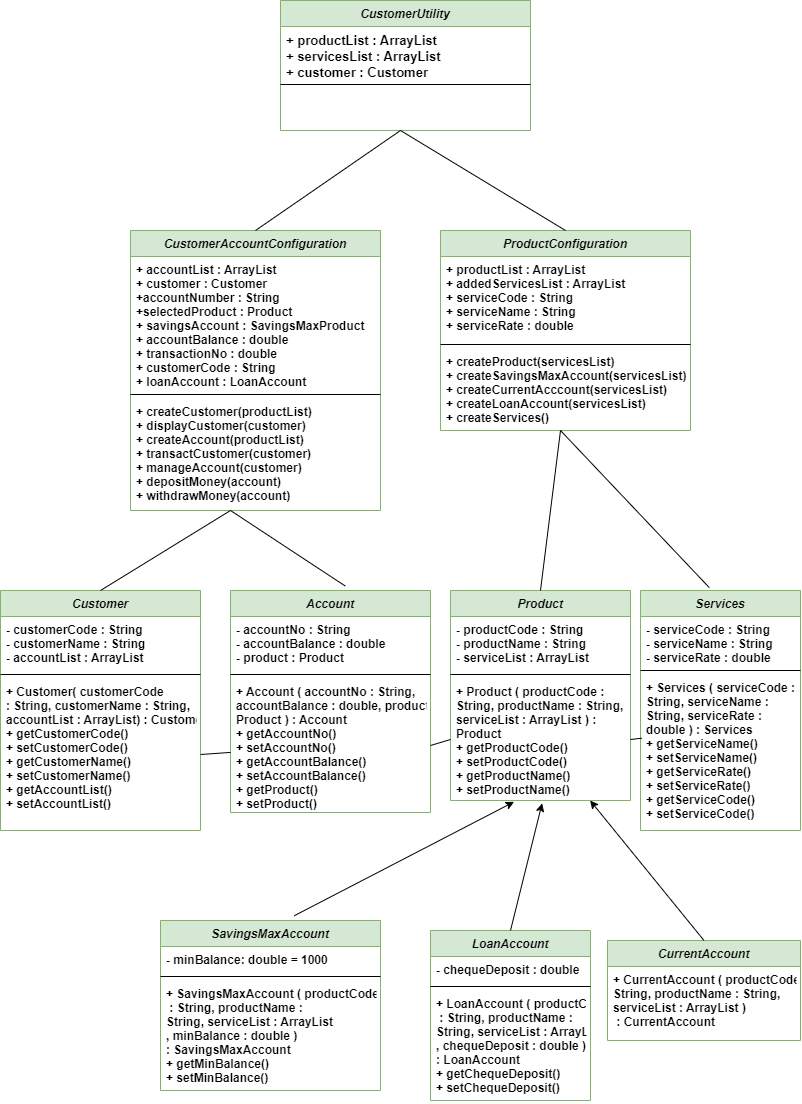
The draw.io diagram UseCase_ClassDiagram.png in AadarshR05/OOAD-UseCase, before a commit. Source tidied: cells renumbered, new cells last; positions are measured from the earlier drawing's top-left corner, leaving out a move shared by most shapes.
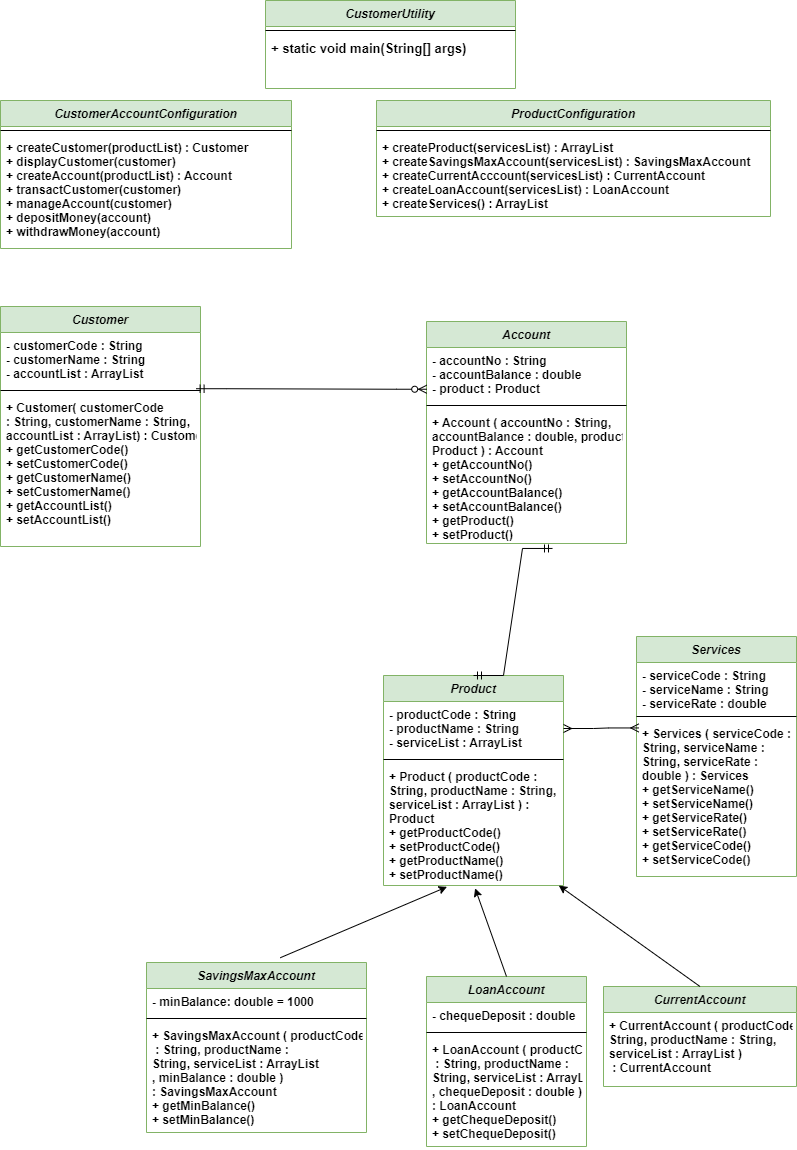
The same diagram one commit later.

What changed in the source:
```diff
@@ -3,7 +3,7 @@
     <mxCell id="0" />
     <mxCell id="1" parent="0" />
     <mxCell id="2" value="Account" style="swimlane;fontStyle=3;align=center;verticalAlign=top;horizontal=1;startSize=26;rounded=0;shadow=0;strokeWidth=1;fillColor=#d5e8d4;strokeColor=#82b366;" parent="1" vertex="1">
-      <mxGeometry x="230" y="590" width="200" height="222" as="geometry" />
+      <mxGeometry x="430" y="275" width="200" height="222" as="geometry" />
     </mxCell>
     <mxCell id="3" value="- accountNo : String&#10;- accountBalance : double&#10;- product : Product" style="text;align=left;verticalAlign=top;spacingLeft=4;spacingRight=4;overflow=hidden;points=[[0,0.5],[1,0.5]];portConstraint=eastwest;rounded=0;shadow=0;html=0;fontStyle=1;" parent="2" vertex="1">
       <mxGeometry y="26" width="200" height="54" as="geometry" />
@@ -33,7 +33,7 @@
       <mxGeometry y="60" width="160" height="110" as="geometry" />
     </mxCell>
     <mxCell id="12" value="SavingsMaxAccount" style="swimlane;fontStyle=3;align=center;verticalAlign=top;horizontal=1;startSize=26;rounded=0;shadow=0;strokeWidth=1;fillColor=#d5e8d4;strokeColor=#82b366;" parent="1" vertex="1">
-      <mxGeometry x="160" y="920" width="220" height="170" as="geometry" />
+      <mxGeometry x="150" y="916" width="220" height="170" as="geometry" />
     </mxCell>
     <mxCell id="13" value="- minBalance: double = 1000" style="text;align=left;verticalAlign=top;spacingLeft=4;spacingRight=4;overflow=hidden;rounded=0;shadow=0;html=0;fontStyle=1;" parent="12" vertex="1">
       <mxGeometry y="26" width="220" height="26" as="geometry" />
@@ -45,7 +45,7 @@
       <mxGeometry y="60" width="220" height="110" as="geometry" />
     </mxCell>
     <mxCell id="16" value="Product" style="swimlane;fontStyle=3;align=center;verticalAlign=top;horizontal=1;startSize=26;rounded=0;shadow=0;strokeWidth=1;fillColor=#d5e8d4;strokeColor=#82b366;" parent="1" vertex="1">
-      <mxGeometry x="450" y="590" width="180" height="210" as="geometry" />
+      <mxGeometry x="387" y="629" width="180" height="210" as="geometry" />
     </mxCell>
     <mxCell id="17" value="- productCode : String&#10;- productName : String&#10;- serviceList : ArrayList" style="text;align=left;verticalAlign=top;spacingLeft=4;spacingRight=4;overflow=hidden;points=[[0,0.5],[1,0.5]];portConstraint=eastwest;rounded=0;shadow=0;html=0;fontStyle=1;" parent="16" vertex="1">
       <mxGeometry y="26" width="180" height="54" as="geometry" />
@@ -69,7 +69,7 @@
       <mxGeometry y="84" width="160" height="152" as="geometry" />
     </mxCell>
     <mxCell id="24" value="Customer" style="swimlane;fontStyle=3;align=center;verticalAlign=top;horizontal=1;startSize=26;rounded=0;shadow=0;strokeWidth=1;fillColor=#d5e8d4;strokeColor=#82b366;" parent="1" vertex="1">
-      <mxGeometry y="590" width="200" height="240" as="geometry" />
+      <mxGeometry x="4" y="260" width="200" height="240" as="geometry" />
     </mxCell>
     <mxCell id="25" value="- customerCode : String&#10;- customerName : String&#10;- accountList : ArrayList" style="text;align=left;verticalAlign=top;spacingLeft=4;spacingRight=4;overflow=hidden;rounded=0;shadow=0;html=0;fontStyle=1;" parent="24" vertex="1">
       <mxGeometry y="26" width="200" height="54" as="geometry" />
@@ -81,38 +81,32 @@
       <mxGeometry y="88" width="200" height="152" as="geometry" />
     </mxCell>
     <mxCell id="28" value="CustomerAccountConfiguration" style="swimlane;fontStyle=3;align=center;verticalAlign=top;horizontal=1;startSize=26;rounded=0;shadow=0;strokeWidth=1;fillColor=#d5e8d4;strokeColor=#82b366;" parent="1" vertex="1">
-      <mxGeometry x="130" y="230" width="250" height="280" as="geometry" />
+      <mxGeometry x="4" y="54" width="291" height="148" as="geometry" />
     </mxCell>
-    <mxCell id="29" value="+ accountList : ArrayList&#10;+ customer : Customer&#10;+accountNumber : String&#10;+selectedProduct : Product&#10;+ savingsAccount : SavingsMaxProduct&#10;+ accountBalance : double&#10;+ transactionNo : double&#10;+ customerCode : String&#10;+ loanAccount : LoanAccount" style="text;align=left;verticalAlign=top;spacingLeft=4;spacingRight=4;overflow=hidden;rounded=0;shadow=0;html=0;fontStyle=1;" parent="28" vertex="1">
-      <mxGeometry y="26" width="250" height="134" as="geometry" />
-    </mxCell>
     <mxCell id="30" style="line;html=1;strokeWidth=1;align=left;verticalAlign=middle;spacingTop=-1;spacingLeft=3;spacingRight=3;labelPosition=right;" parent="28" vertex="1">
-      <mxGeometry y="160" width="250" height="8" as="geometry" />
+      <mxGeometry y="26" width="291" height="8" as="geometry" />
     </mxCell>
-    <mxCell id="31" value="+ createCustomer(productList)&#10;+ displayCustomer(customer)&#10;+ createAccount(productList)&#10;+ transactCustomer(customer)&#10;+ manageAccount(customer)&#10;+ depositMoney(account)&#10;+ withdrawMoney(account)" style="text;align=left;verticalAlign=top;spacingLeft=4;spacingRight=4;overflow=hidden;fontStyle=1;" parent="28" vertex="1">
-      <mxGeometry y="168" width="250" height="112" as="geometry" />
+    <mxCell id="31" value="+ createCustomer(productList) : Customer&#10;+ displayCustomer(customer) &#10;+ createAccount(productList) : Account&#10;+ transactCustomer(customer)&#10;+ manageAccount(customer) &#10;+ depositMoney(account)&#10;+ withdrawMoney(account)" style="text;align=left;verticalAlign=top;spacingLeft=4;spacingRight=4;overflow=hidden;fontStyle=1;" parent="28" vertex="1">
+      <mxGeometry y="34" width="291" height="112" as="geometry" />
     </mxCell>
     <mxCell id="32" value="ProductConfiguration" style="swimlane;fontStyle=3;align=center;verticalAlign=top;horizontal=1;startSize=26;rounded=0;shadow=0;strokeWidth=1;fillColor=#d5e8d4;strokeColor=#82b366;" parent="1" vertex="1">
-      <mxGeometry x="440" y="230" width="250" height="200" as="geometry" />
+      <mxGeometry x="380" y="54" width="394" height="116" as="geometry" />
     </mxCell>
-    <mxCell id="33" value="+ productList : ArrayList&#10;+ addedServicesList : ArrayList&#10;+ serviceCode : String&#10;+ serviceName : String&#10;+ serviceRate : double" style="text;align=left;verticalAlign=top;spacingLeft=4;spacingRight=4;overflow=hidden;rounded=0;shadow=0;html=0;fontStyle=1;" parent="32" vertex="1">
-      <mxGeometry y="26" width="250" height="84" as="geometry" />
-    </mxCell>
     <mxCell id="34" style="line;html=1;strokeWidth=1;align=left;verticalAlign=middle;spacingTop=-1;spacingLeft=3;spacingRight=3;labelPosition=right;" parent="32" vertex="1">
-      <mxGeometry y="110" width="250" height="8" as="geometry" />
+      <mxGeometry y="26" width="394" height="8" as="geometry" />
     </mxCell>
-    <mxCell id="35" value="+ createProduct(servicesList)&#10;+ createSavingsMaxAccount(servicesList)&#10;+ createCurrentAcccount(servicesList)&#10;+ createLoanAccount(servicesList)&#10;+ createServices()" style="text;align=left;verticalAlign=top;spacingLeft=4;spacingRight=4;overflow=hidden;fontStyle=1;" parent="32" vertex="1">
-      <mxGeometry y="118" width="250" height="82" as="geometry" />
+    <mxCell id="35" value="+ createProduct(servicesList) : ArrayList&#10;+ createSavingsMaxAccount(servicesList) : SavingsMaxAccount&#10;+ createCurrentAcccount(servicesList) : CurrentAccount&#10;+ createLoanAccount(servicesList) : LoanAccount&#10;+ createServices() : ArrayList" style="text;align=left;verticalAlign=top;spacingLeft=4;spacingRight=4;overflow=hidden;fontStyle=1;" parent="32" vertex="1">
+      <mxGeometry y="34" width="394" height="82" as="geometry" />
     </mxCell>
     <mxCell id="36" value="CustomerUtility" style="swimlane;fontStyle=3;align=center;verticalAlign=top;horizontal=1;startSize=26;rounded=0;shadow=0;strokeWidth=1;fillColor=#d5e8d4;strokeColor=#82b366;" parent="1" vertex="1">
-      <mxGeometry x="280" width="250" height="130" as="geometry" />
+      <mxGeometry x="269" y="-46" width="250" height="88" as="geometry" />
     </mxCell>
-    <mxCell id="37" value="+ productList : ArrayList&#10;+ servicesList : ArrayList&#10;+ customer : Customer" style="text;align=left;verticalAlign=top;spacingLeft=4;spacingRight=4;overflow=hidden;rounded=0;shadow=0;html=0;fontSize=13;fontStyle=1;" parent="36" vertex="1">
-      <mxGeometry y="26" width="250" height="54" as="geometry" />
-    </mxCell>
     <mxCell id="38" style="line;html=1;strokeWidth=1;align=left;verticalAlign=middle;spacingTop=-1;spacingLeft=3;spacingRight=3;labelPosition=right;" parent="36" vertex="1">
-      <mxGeometry y="80" width="250" height="8" as="geometry" />
+      <mxGeometry y="26" width="250" height="8" as="geometry" />
     </mxCell>
+    <mxCell id="48" value="+ static void main(String[] args)" style="text;align=left;verticalAlign=top;spacingLeft=4;spacingRight=4;overflow=hidden;rounded=0;shadow=0;html=0;fontSize=13;fontStyle=1;" parent="36" vertex="1">
+      <mxGeometry y="34" width="250" height="54" as="geometry" />
+    </mxCell>
     <mxCell id="39" style="endArrow=classic;html=1;rounded=0;exitX=0.608;exitY=-0.028;exitDx=0;exitDy=0;exitPerimeter=0;entryX=0.353;entryY=1.011;entryDx=0;entryDy=0;entryPerimeter=0;" parent="1" edge="1" source="12" target="19">
       <mxGeometry relative="1" as="geometry" />
     </mxCell>
@@ -122,35 +116,24 @@
     <mxCell id="41" style="endArrow=classic;html=1;rounded=0;exitX=0.5;exitY=0;exitDx=0;exitDy=0;" parent="1" edge="1" source="6" target="19">
       <mxGeometry relative="1" as="geometry" />
     </mxCell>
-    <mxCell id="42" style="endArrow=none;html=1;rounded=0;exitX=1;exitY=0.5;exitDx=0;exitDy=0;" parent="1" edge="1" source="27" target="5">
-      <mxGeometry relative="1" as="geometry" />
-    </mxCell>
-    <mxCell id="43" style="endArrow=none;html=1;rounded=0;exitX=1;exitY=0.5;exitDx=0;exitDy=0;entryX=0;entryY=0.5;entryDx=0;entryDy=0;" parent="1" edge="1" source="5" target="19">
-      <mxGeometry relative="1" as="geometry" />
-    </mxCell>
-    <mxCell id="44" style="endArrow=none;html=1;rounded=0;exitX=1;exitY=0.5;exitDx=0;exitDy=0;entryX=0.008;entryY=0.419;entryDx=0;entryDy=0;entryPerimeter=0;" parent="1" edge="1" source="19" target="23">
-      <mxGeometry relative="1" as="geometry" />
-    </mxCell>
-    <mxCell id="45" style="endArrow=none;html=1;rounded=0;exitX=0.5;exitY=0;exitDx=0;exitDy=0;entryX=0.574;entryY=-0.02;entryDx=0;entryDy=0;entryPerimeter=0;" parent="1" edge="1" source="24" target="2">
-      <mxGeometry relative="1" as="geometry">
-        <Array as="points">
-          <mxPoint x="230" y="510" />
-        </Array>
-      </mxGeometry>
-    </mxCell>
-    <mxCell id="46" style="endArrow=none;html=1;rounded=0;exitX=0.43;exitY=-0.012;exitDx=0;exitDy=0;exitPerimeter=0;entryX=0.5;entryY=0;entryDx=0;entryDy=0;" parent="1" edge="1" source="20" target="16">
-      <mxGeometry relative="1" as="geometry">
-        <Array as="points">
-          <mxPoint x="560" y="430" />
-        </Array>
-      </mxGeometry>
-    </mxCell>
-    <mxCell id="47" style="endArrow=none;html=1;rounded=0;entryX=0.5;entryY=0;entryDx=0;entryDy=0;exitX=0.5;exitY=0;exitDx=0;exitDy=0;" parent="1" edge="1" source="28" target="32">
-      <mxGeometry relative="1" as="geometry">
-        <Array as="points">
-          <mxPoint x="400" y="130" />
-        </Array>
-      </mxGeometry>
-    </mxCell>
+    <mxCell id="49" style="edgeStyle=entityRelationEdgeStyle;fontSize=12;html=1;endArrow=ERzeroToMany;startArrow=ERmandOne;rounded=0;exitX=0.978;exitY=-0.038;exitDx=0;exitDy=0;exitPerimeter=0;entryX=0.001;entryY=0.773;entryDx=0;entryDy=0;entryPerimeter=0;" parent="1" edge="1" source="27" target="3">
+      <mxGeometry relative="1" as="geometry">
+        <Array as="points">
+          <mxPoint x="299" y="557" />
+        </Array>
+      </mxGeometry>
+    </mxCell>
+    <mxCell id="50" style="edgeStyle=entityRelationEdgeStyle;fontSize=12;html=1;endArrow=ERmany;startArrow=ERmany;rounded=0;entryX=0.014;entryY=0.049;entryDx=0;entryDy=0;entryPerimeter=0;exitX=1;exitY=0.5;exitDx=0;exitDy=0;" parent="1" edge="1" source="17" target="23">
+      <mxGeometry relative="1" as="geometry" />
+    </mxCell>
+    <mxCell id="51" style="edgeStyle=entityRelationEdgeStyle;fontSize=12;html=1;endArrow=ERmandOne;startArrow=ERmandOne;rounded=0;entryX=0.63;entryY=1.037;entryDx=0;entryDy=0;entryPerimeter=0;exitX=0.5;exitY=0;exitDx=0;exitDy=0;" parent="1" edge="1" source="16" target="5">
+      <mxGeometry relative="1" as="geometry">
+        <Array as="points">
+          <mxPoint x="379" y="546" />
+          <mxPoint x="331" y="684" />
+          <mxPoint x="421" y="558" />
+        </Array>
+      </mxGeometry>
+    </mxCell>
   </root>
 </mxGraphModel>
```
